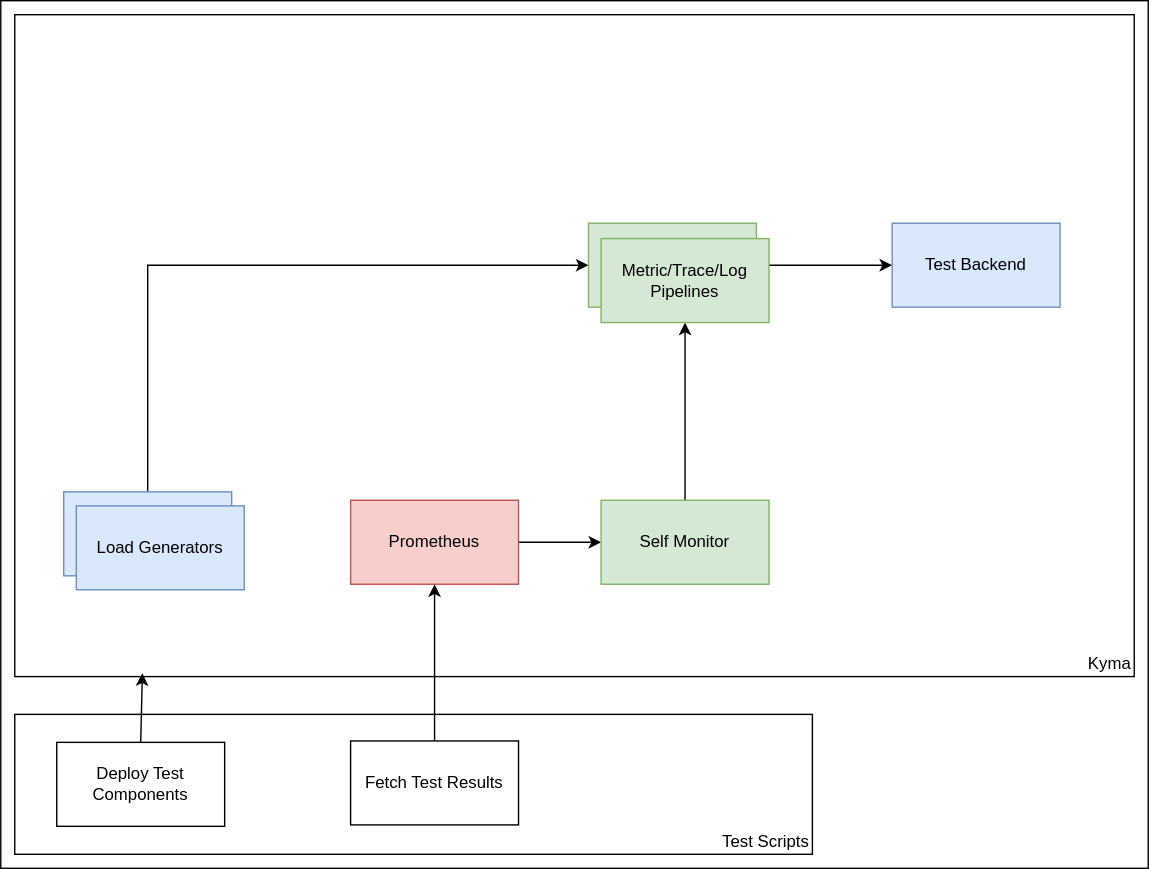
Before: docs/contributor/benchmarks/assets/selfmonitor_perf_test_setup.drawio.svg, a diagram exported from draw.io (kyma-project/telemetry-manager). Source tidied: cells renumbered, new cells last; positions are measured from the earlier drawing's top-left corner, leaving out a move shared by most shapes. Its diagram source:
```xml
<mxGraphModel>
  <root>
    <mxCell id="0" />
    <mxCell id="1" parent="0" />
    <mxCell id="2" style="rounded=0;whiteSpace=wrap;html=1;" parent="1" vertex="1">
      <mxGeometry width="820" height="620" as="geometry" />
    </mxCell>
    <mxCell id="3" value="Kyma" style="rounded=0;whiteSpace=wrap;html=1;align=right;verticalAlign=bottom;" parent="1" vertex="1">
      <mxGeometry x="10" y="10" width="800" height="473" as="geometry" />
    </mxCell>
    <mxCell id="4" value="Trace Pipelines" style="rounded=0;whiteSpace=wrap;html=1;fillColor=#d5e8d4;strokeColor=#82b366;" parent="1" vertex="1">
      <mxGeometry x="420" y="159" width="120" height="60" as="geometry" />
    </mxCell>
    <mxCell id="5" style="endArrow=classic;html=1;rounded=0;exitX=0.5;exitY=0;exitDx=0;exitDy=0;entryX=0;entryY=0.5;entryDx=0;entryDy=0;" parent="1" edge="1" source="10" target="4">
      <mxGeometry relative="1" as="geometry">
        <Array as="points">
          <mxPoint x="105" y="189" />
        </Array>
      </mxGeometry>
    </mxCell>
    <mxCell id="6" style="edgeStyle=orthogonalEdgeStyle;rounded=0;jettySize=auto;html=1;exitX=1;exitY=0.5;exitDx=0;exitDy=0;entryX=0;entryY=0.5;entryDx=0;entryDy=0;" parent="1" edge="1" source="7" target="19">
      <mxGeometry relative="1" as="geometry" />
    </mxCell>
    <mxCell id="7" value="Prometheus" style="rounded=0;whiteSpace=wrap;html=1;fillColor=#f8cecc;strokeColor=#b85450;" parent="1" vertex="1">
      <mxGeometry x="250" y="357" width="120" height="60" as="geometry" />
    </mxCell>
    <mxCell id="8" value="Test Backend" style="rounded=0;whiteSpace=wrap;html=1;fillColor=#dae8fc;strokeColor=#6c8ebf;" parent="1" vertex="1">
      <mxGeometry x="637" y="159" width="120" height="60" as="geometry" />
    </mxCell>
    <mxCell id="9" style="endArrow=classic;html=1;rounded=0;exitX=1;exitY=0.5;exitDx=0;exitDy=0;entryX=0;entryY=0.5;entryDx=0;entryDy=0;" parent="1" edge="1" source="4" target="8">
      <mxGeometry relative="1" as="geometry" />
    </mxCell>
    <mxCell id="10" style="rounded=0;whiteSpace=wrap;html=1;fillColor=#dae8fc;strokeColor=#6c8ebf;" parent="1" vertex="1">
      <mxGeometry x="45" y="351" width="120" height="60" as="geometry" />
    </mxCell>
    <mxCell id="11" value="Load Generators" style="rounded=0;whiteSpace=wrap;html=1;fillColor=#dae8fc;strokeColor=#6c8ebf;" parent="1" vertex="1">
      <mxGeometry x="54" y="361" width="120" height="60" as="geometry" />
    </mxCell>
    <mxCell id="12" value="Test Scripts" style="rounded=0;whiteSpace=wrap;html=1;align=right;verticalAlign=bottom;" parent="1" vertex="1">
      <mxGeometry x="10" y="510" width="570" height="100" as="geometry" />
    </mxCell>
    <mxCell id="13" value="Deploy Test Components" style="rounded=0;whiteSpace=wrap;html=1;" parent="1" vertex="1">
      <mxGeometry x="40" y="530" width="120" height="60" as="geometry" />
    </mxCell>
    <mxCell id="14" value="Fetch Test Results" style="rounded=0;whiteSpace=wrap;html=1;" parent="1" vertex="1">
      <mxGeometry x="250" y="529" width="120" height="60" as="geometry" />
    </mxCell>
    <mxCell id="15" style="endArrow=classic;html=1;rounded=0;entryX=0.5;entryY=1;entryDx=0;entryDy=0;exitX=0.5;exitY=0;exitDx=0;exitDy=0;" parent="1" edge="1" source="14" target="7">
      <mxGeometry relative="1" as="geometry" />
    </mxCell>
    <mxCell id="16" style="endArrow=classic;html=1;rounded=0;exitX=0.5;exitY=0;exitDx=0;exitDy=0;entryX=0.114;entryY=0.995;entryDx=0;entryDy=0;entryPerimeter=0;" parent="1" edge="1" source="13" target="3">
      <mxGeometry relative="1" as="geometry" />
    </mxCell>
    <mxCell id="17" style="endArrow=classic;html=1;rounded=0;exitX=0.5;exitY=0;exitDx=0;exitDy=0;entryX=0.5;entryY=1;entryDx=0;entryDy=0;" parent="1" edge="1" source="19" target="18">
      <mxGeometry relative="1" as="geometry" />
    </mxCell>
    <mxCell id="18" value="Metric/Trace/Log&lt;div&gt;&lt;span style=&quot;background-color: initial;&quot;&gt;Pipelines&lt;/span&gt;&lt;/div&gt;" style="rounded=0;whiteSpace=wrap;html=1;fillColor=#d5e8d4;strokeColor=#82b366;" parent="1" vertex="1">
      <mxGeometry x="429" y="170" width="120" height="60" as="geometry" />
    </mxCell>
    <mxCell id="19" value="Self Monitor" style="rounded=0;whiteSpace=wrap;html=1;fillColor=#d5e8d4;strokeColor=#82b366;" parent="1" vertex="1">
      <mxGeometry x="429" y="357" width="120" height="60" as="geometry" />
    </mxCell>
  </root>
</mxGraphModel>
```
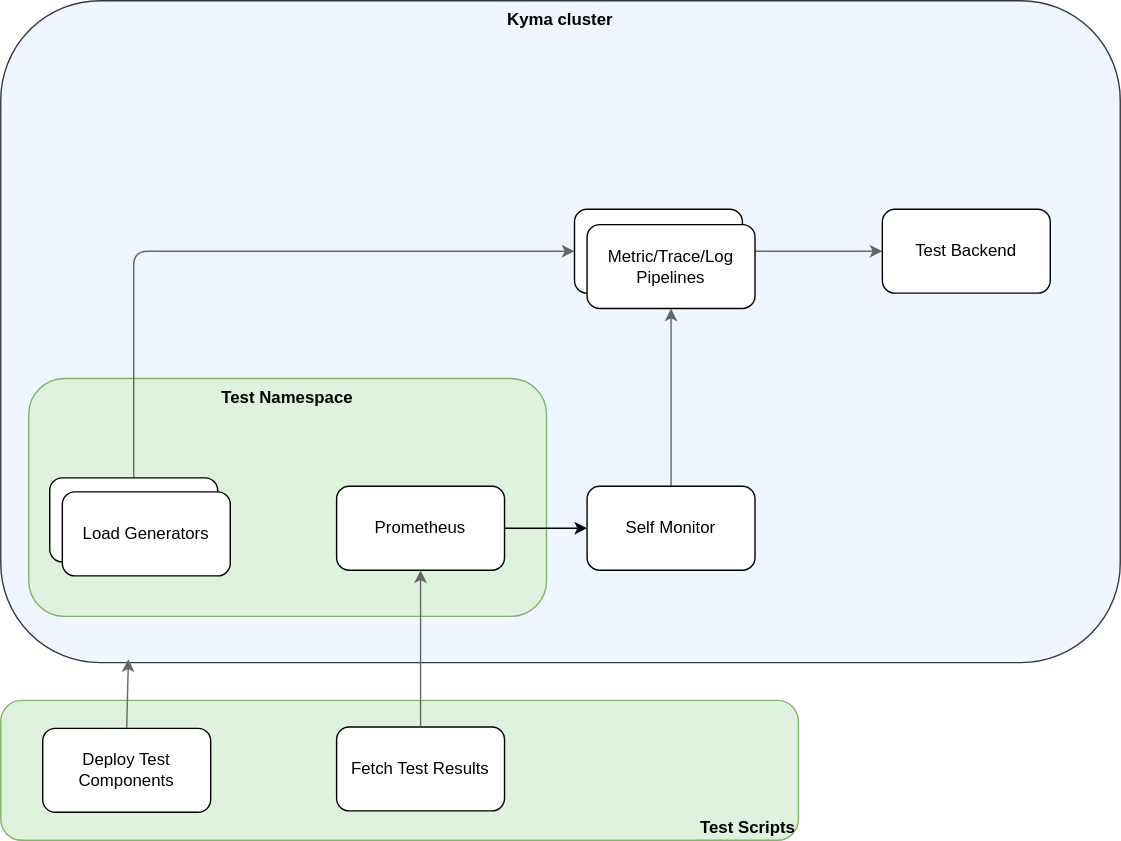
After the commit.

What changed in the source:
```diff
@@ -1,17 +1,17 @@
-<mxGraphModel>
+<mxGraphModel background="#ffffff">
   <root>
     <mxCell id="0" />
     <mxCell id="1" parent="0" />
-    <mxCell id="2" style="rounded=0;whiteSpace=wrap;html=1;" parent="1" vertex="1">
-      <mxGeometry width="820" height="620" as="geometry" />
-    </mxCell>
-    <mxCell id="3" value="Kyma" style="rounded=0;whiteSpace=wrap;html=1;align=right;verticalAlign=bottom;" parent="1" vertex="1">
+    <mxCell id="3" value="Kyma cluster" style="rounded=1;whiteSpace=wrap;html=1;align=center;verticalAlign=top;fillColor=#F0F6FF;strokeColor=#36393d;fontStyle=1;" parent="1" vertex="1">
       <mxGeometry x="10" y="10" width="800" height="473" as="geometry" />
     </mxCell>
-    <mxCell id="4" value="Trace Pipelines" style="rounded=0;whiteSpace=wrap;html=1;fillColor=#d5e8d4;strokeColor=#82b366;" parent="1" vertex="1">
+    <mxCell id="4" value="Trace Pipelines" style="rounded=1;whiteSpace=wrap;html=1;" parent="1" vertex="1">
       <mxGeometry x="420" y="159" width="120" height="60" as="geometry" />
     </mxCell>
+    <mxCell id="20" value="Test Namespace" style="rounded=1;whiteSpace=wrap;html=1;fillColor=#DEF2DD;strokeColor=#82b366;verticalAlign=top;fontStyle=1;" parent="1" vertex="1">
+      <mxGeometry x="30" y="280" width="370" height="170" as="geometry" />
+    </mxCell>
-    <mxCell id="5" style="endArrow=classic;html=1;rounded=0;exitX=0.5;exitY=0;exitDx=0;exitDy=0;entryX=0;entryY=0.5;entryDx=0;entryDy=0;" parent="1" edge="1" source="10" target="4">
+    <mxCell id="5" style="endArrow=classic;html=1;rounded=1;exitX=0.5;exitY=0;exitDx=0;exitDy=0;entryX=0;entryY=0.5;entryDx=0;entryDy=0;curved=0;strokeColor=#666666;" parent="1" edge="1" source="10" target="4">
       <mxGeometry relative="1" as="geometry">
         <Array as="points">
           <mxPoint x="105" y="189" />
@@ -21,44 +21,44 @@
     <mxCell id="6" style="edgeStyle=orthogonalEdgeStyle;rounded=0;jettySize=auto;html=1;exitX=1;exitY=0.5;exitDx=0;exitDy=0;entryX=0;entryY=0.5;entryDx=0;entryDy=0;" parent="1" edge="1" source="7" target="19">
       <mxGeometry relative="1" as="geometry" />
     </mxCell>
-    <mxCell id="7" value="Prometheus" style="rounded=0;whiteSpace=wrap;html=1;fillColor=#f8cecc;strokeColor=#b85450;" parent="1" vertex="1">
+    <mxCell id="7" value="Prometheus" style="rounded=1;whiteSpace=wrap;html=1;" parent="1" vertex="1">
       <mxGeometry x="250" y="357" width="120" height="60" as="geometry" />
     </mxCell>
-    <mxCell id="8" value="Test Backend" style="rounded=0;whiteSpace=wrap;html=1;fillColor=#dae8fc;strokeColor=#6c8ebf;" parent="1" vertex="1">
-      <mxGeometry x="637" y="159" width="120" height="60" as="geometry" />
-    </mxCell>
-    <mxCell id="9" style="endArrow=classic;html=1;rounded=0;exitX=1;exitY=0.5;exitDx=0;exitDy=0;entryX=0;entryY=0.5;entryDx=0;entryDy=0;" parent="1" edge="1" source="4" target="8">
+    <mxCell id="9" style="endArrow=classic;html=1;rounded=1;exitX=1;exitY=0.5;exitDx=0;exitDy=0;curved=0;strokeColor=#666666;" parent="1" edge="1" source="4" target="8">
       <mxGeometry relative="1" as="geometry" />
     </mxCell>
-    <mxCell id="10" style="rounded=0;whiteSpace=wrap;html=1;fillColor=#dae8fc;strokeColor=#6c8ebf;" parent="1" vertex="1">
+    <mxCell id="10" style="rounded=1;whiteSpace=wrap;html=1;" parent="1" vertex="1">
       <mxGeometry x="45" y="351" width="120" height="60" as="geometry" />
     </mxCell>
-    <mxCell id="11" value="Load Generators" style="rounded=0;whiteSpace=wrap;html=1;fillColor=#dae8fc;strokeColor=#6c8ebf;" parent="1" vertex="1">
+    <mxCell id="11" value="Load Generators" style="rounded=1;whiteSpace=wrap;html=1;" parent="1" vertex="1">
       <mxGeometry x="54" y="361" width="120" height="60" as="geometry" />
     </mxCell>
-    <mxCell id="12" value="Test Scripts" style="rounded=0;whiteSpace=wrap;html=1;align=right;verticalAlign=bottom;" parent="1" vertex="1">
+    <mxCell id="12" value="Test Scripts" style="rounded=1;whiteSpace=wrap;html=1;align=right;verticalAlign=bottom;fillColor=#DEF2DD;strokeColor=#82b366;fontStyle=1;" parent="1" vertex="1">
       <mxGeometry x="10" y="510" width="570" height="100" as="geometry" />
     </mxCell>
-    <mxCell id="13" value="Deploy Test Components" style="rounded=0;whiteSpace=wrap;html=1;" parent="1" vertex="1">
+    <mxCell id="13" value="Deploy Test Components" style="rounded=1;whiteSpace=wrap;html=1;" parent="1" vertex="1">
       <mxGeometry x="40" y="530" width="120" height="60" as="geometry" />
     </mxCell>
-    <mxCell id="14" value="Fetch Test Results" style="rounded=0;whiteSpace=wrap;html=1;" parent="1" vertex="1">
+    <mxCell id="14" value="Fetch Test Results" style="rounded=1;whiteSpace=wrap;html=1;" parent="1" vertex="1">
       <mxGeometry x="250" y="529" width="120" height="60" as="geometry" />
     </mxCell>
-    <mxCell id="15" style="endArrow=classic;html=1;rounded=0;entryX=0.5;entryY=1;entryDx=0;entryDy=0;exitX=0.5;exitY=0;exitDx=0;exitDy=0;" parent="1" edge="1" source="14" target="7">
+    <mxCell id="15" style="endArrow=classic;html=1;rounded=1;entryX=0.5;entryY=1;entryDx=0;entryDy=0;exitX=0.5;exitY=0;exitDx=0;exitDy=0;curved=0;strokeColor=#666666;" parent="1" edge="1" source="14" target="7">
       <mxGeometry relative="1" as="geometry" />
     </mxCell>
-    <mxCell id="16" style="endArrow=classic;html=1;rounded=0;exitX=0.5;exitY=0;exitDx=0;exitDy=0;entryX=0.114;entryY=0.995;entryDx=0;entryDy=0;entryPerimeter=0;" parent="1" edge="1" source="13" target="3">
+    <mxCell id="16" style="endArrow=classic;html=1;rounded=1;exitX=0.5;exitY=0;exitDx=0;exitDy=0;entryX=0.114;entryY=0.995;entryDx=0;entryDy=0;entryPerimeter=0;curved=0;strokeColor=#666666;" parent="1" edge="1" source="13" target="3">
       <mxGeometry relative="1" as="geometry" />
     </mxCell>
-    <mxCell id="17" style="endArrow=classic;html=1;rounded=0;exitX=0.5;exitY=0;exitDx=0;exitDy=0;entryX=0.5;entryY=1;entryDx=0;entryDy=0;" parent="1" edge="1" source="19" target="18">
+    <mxCell id="17" style="endArrow=classic;html=1;rounded=1;exitX=0.5;exitY=0;exitDx=0;exitDy=0;entryX=0.5;entryY=1;entryDx=0;entryDy=0;curved=0;strokeColor=#666666;" parent="1" edge="1" source="19" target="18">
       <mxGeometry relative="1" as="geometry" />
     </mxCell>
-    <mxCell id="18" value="Metric/Trace/Log&lt;div&gt;&lt;span style=&quot;background-color: initial;&quot;&gt;Pipelines&lt;/span&gt;&lt;/div&gt;" style="rounded=0;whiteSpace=wrap;html=1;fillColor=#d5e8d4;strokeColor=#82b366;" parent="1" vertex="1">
+    <mxCell id="18" value="Metric/Trace/Log&lt;div&gt;&lt;span style=&quot;background-color: initial;&quot;&gt;Pipelines&lt;/span&gt;&lt;/div&gt;" style="rounded=1;whiteSpace=wrap;html=1;" parent="1" vertex="1">
       <mxGeometry x="429" y="170" width="120" height="60" as="geometry" />
     </mxCell>
-    <mxCell id="19" value="Self Monitor" style="rounded=0;whiteSpace=wrap;html=1;fillColor=#d5e8d4;strokeColor=#82b366;" parent="1" vertex="1">
+    <mxCell id="19" value="Self Monitor" style="rounded=1;whiteSpace=wrap;html=1;" parent="1" vertex="1">
       <mxGeometry x="429" y="357" width="120" height="60" as="geometry" />
     </mxCell>
+    <mxCell id="8" value="Test Backend" style="rounded=1;whiteSpace=wrap;html=1;" parent="1" vertex="1">
+      <mxGeometry x="640" y="159" width="120" height="60" as="geometry" />
+    </mxCell>
   </root>
 </mxGraphModel>
```
